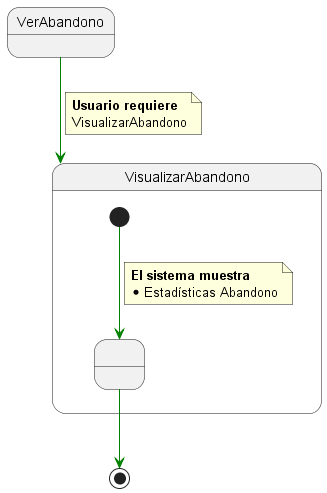
Above: 000-entregas/Grupo1/DetalleCasosDeUso/images/VerAbandono.png in mmasias/IdSw1-22-23 (PlantUML), before the change. The source it was exported from:
```plantuml
@startuml VerAbandono

State VerAbandono

State VisualizarAbandono{

  State state1 as " "

  [*] -[#green]-> state1

  note on link
    <b>El sistema muestra
    * Estadísticas Abandono
  end note


}

VerAbandono-[#green]-> VisualizarAbandono

note on link
 <b>Usuario requiere
 VisualizarAbandono
end note

state1 -[#green]-> [*]


@enduml
```
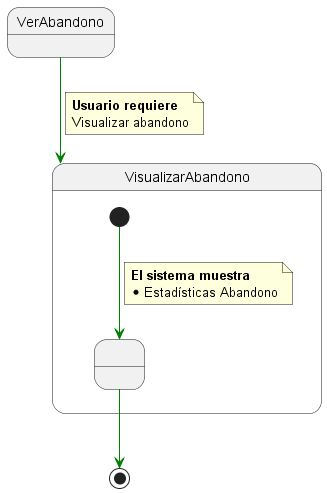
Above is the later version.

Change to the diagram source:
```diff
@@ -20,7 +20,7 @@
 
 note on link
  <b>Usuario requiere
- VisualizarAbandono
+ Visualizar abandono
 end note
 
 state1 -[#green]-> [*]
```
